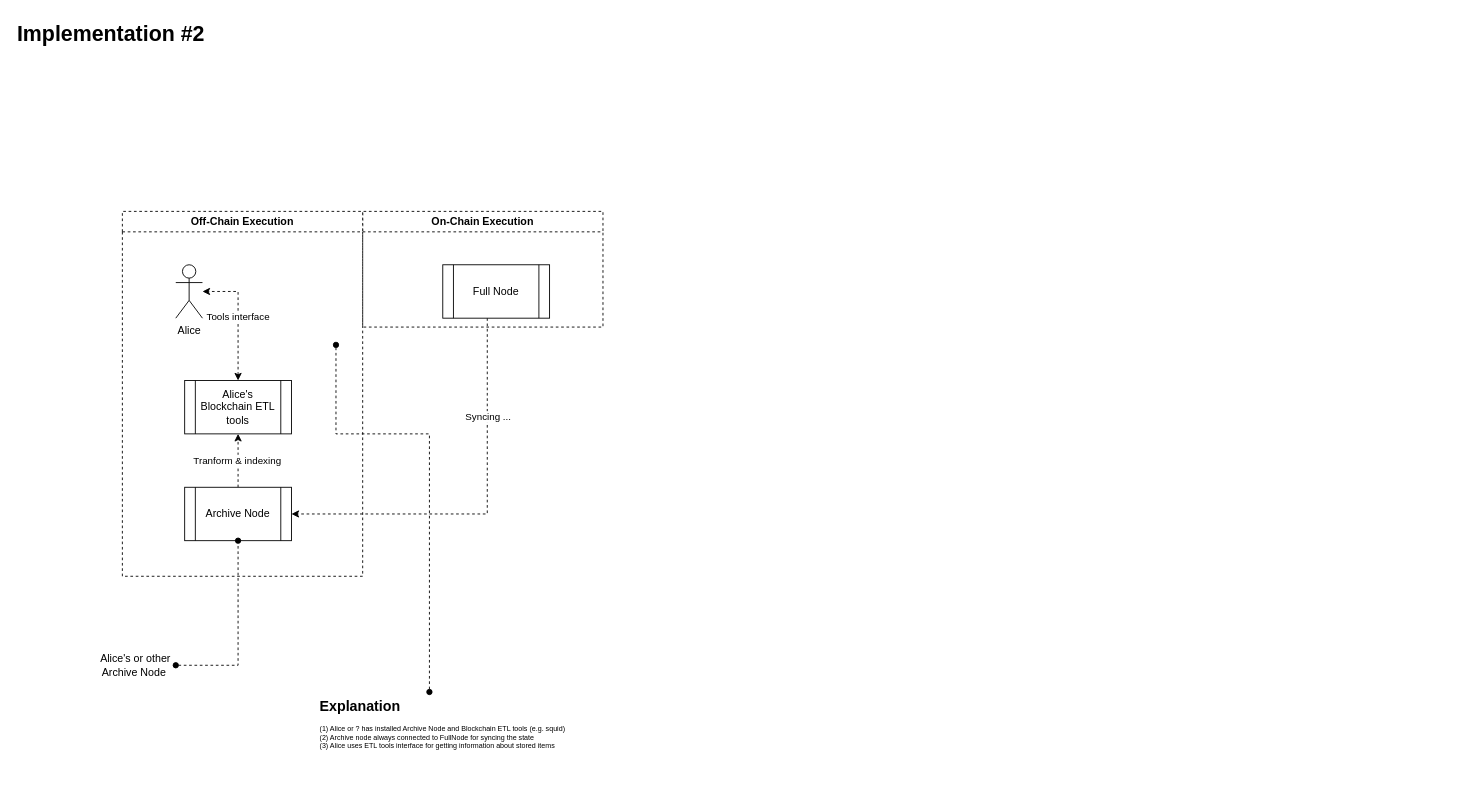
The draw.io diagram page "I2" (2 of 3) of docs/ADR/0011_implmentations_visualization.drawio in QuantumFusion-network/spec, before the edit. Source tidied: cells renumbered, new cells numbered last; positions are measured from the earlier drawing's top-left corner, leaving out a move shared by most shapes. Both pictures are drawn from the tidied source at 89%, with x=0, y=0 at pixel (15, 15).
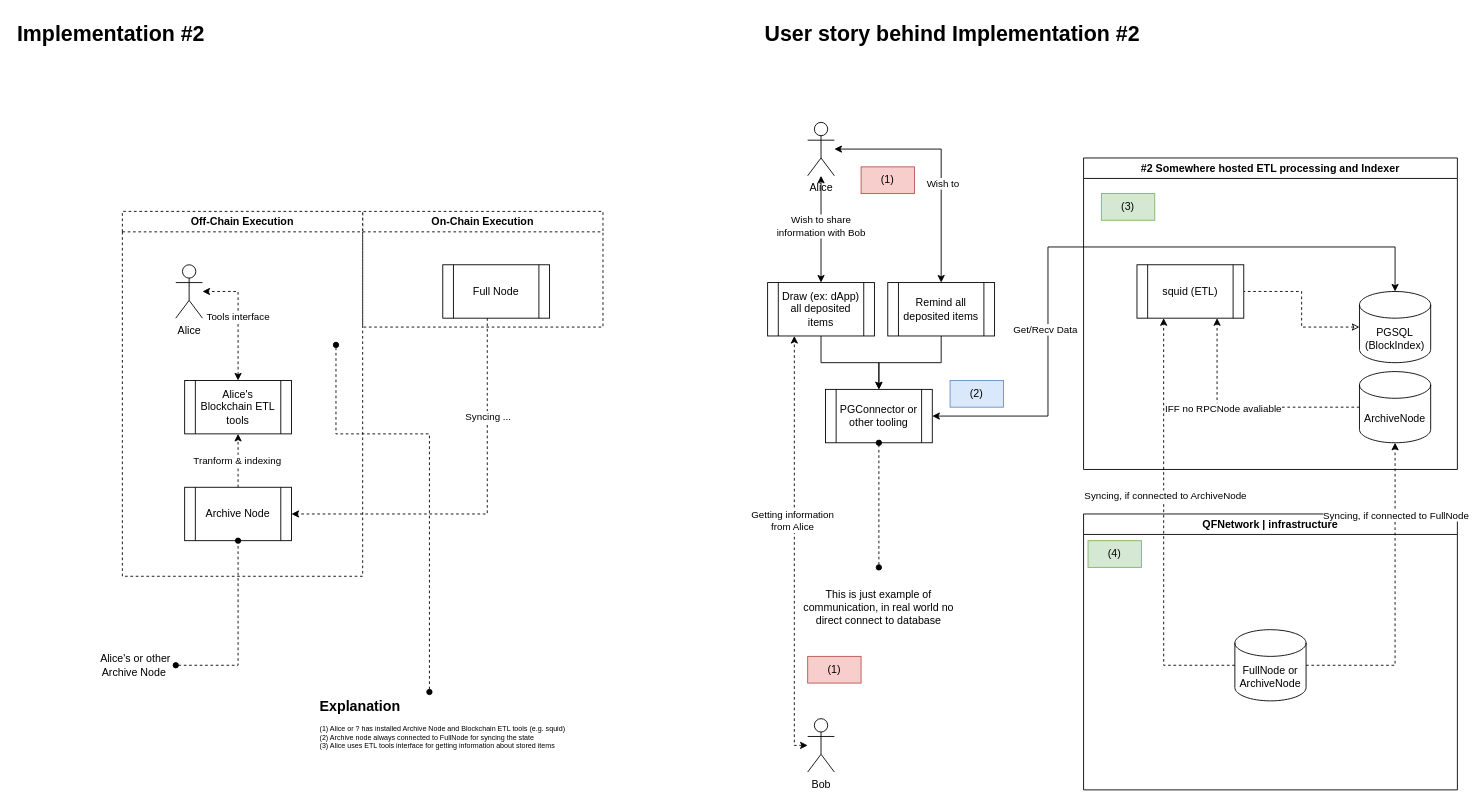
Above is the later version.

Commit message (it also covers changes not shown here):
Add user's stories

What changed in the source:
```diff
@@
+    <mxCell id="18" value="&lt;h1 style=&quot;margin-top: 0px;&quot;&gt;User story behind Implementation #2&lt;/h1&gt;" style="text;html=1;whiteSpace=wrap;overflow=hidden;rounded=0;" parent="1" vertex="1">
+      <mxGeometry x="840" width="760" height="120" as="geometry" />
+    </mxCell>
+    <mxCell id="19" style="edgeStyle=orthogonalEdgeStyle;rounded=0;jettySize=auto;html=1;startArrow=classic;startFill=1;" parent="1" edge="1" source="23" target="25">
+      <mxGeometry relative="1" as="geometry" />
+    </mxCell>
+    <mxCell id="20" value="Wish to share&lt;br&gt;information with Bob" style="edgeLabel;html=1;align=center;verticalAlign=middle;" parent="19" vertex="1">
+      <mxGeometry x="-0.07" relative="1" as="geometry">
+        <mxPoint x="-1" as="offset" />
+      </mxGeometry>
+    </mxCell>
+    <mxCell id="21" style="edgeStyle=orthogonalEdgeStyle;rounded=0;jettySize=auto;html=1;startArrow=classic;startFill=1;" parent="1" edge="1" source="23" target="35">
+      <mxGeometry relative="1" as="geometry" />
+    </mxCell>
+    <mxCell id="22" value="Wish to" style="edgeLabel;html=1;align=center;verticalAlign=middle;" parent="21" vertex="1">
+      <mxGeometry x="0.17" y="1" relative="1" as="geometry" />
+    </mxCell>
+    <mxCell id="23" value="Alice" style="shape=umlActor;verticalLabelPosition=bottom;verticalAlign=top;html=1;outlineConnect=0;" parent="1" vertex="1">
+      <mxGeometry x="890" y="120" width="30" height="60" as="geometry" />
+    </mxCell>
+    <mxCell id="24" style="edgeStyle=orthogonalEdgeStyle;rounded=0;jettySize=auto;html=1;" parent="1" edge="1" source="25" target="41">
+      <mxGeometry relative="1" as="geometry" />
+    </mxCell>
+    <mxCell id="25" value="Draw (ex: dApp) all deposited items" style="shape=process;whiteSpace=wrap;html=1;backgroundOutline=1;" parent="1" vertex="1">
+      <mxGeometry x="845" y="300" width="120" height="60" as="geometry" />
+    </mxCell>
+    <mxCell id="26" style="edgeStyle=orthogonalEdgeStyle;rounded=0;jettySize=auto;html=1;entryX=1;entryY=0.5;entryDx=0;entryDy=0;dashed=1;startArrow=classic;startFill=0;endArrow=none;" parent="1" edge="1" source="27" target="32">
+      <mxGeometry relative="1" as="geometry" />
+    </mxCell>
+    <mxCell id="27" value="PGSQL (BlockIndex)" style="shape=cylinder3;whiteSpace=wrap;html=1;boundedLbl=1;backgroundOutline=1;size=15;" parent="1" vertex="1">
+      <mxGeometry x="1510" y="310" width="80" height="80" as="geometry" />
+    </mxCell>
+    <mxCell id="28" value="#2 Somewhere hosted ETL processing and Indexer" style="swimlane;whiteSpace=wrap;html=1;" parent="1" vertex="1">
+      <mxGeometry x="1200" y="160" width="420" height="350" as="geometry" />
+    </mxCell>
+    <mxCell id="29" style="edgeStyle=orthogonalEdgeStyle;rounded=0;jettySize=auto;html=1;entryX=0.75;entryY=1;entryDx=0;entryDy=0;dashed=1;" parent="28" edge="1" source="31" target="32">
+      <mxGeometry relative="1" as="geometry" />
+    </mxCell>
+    <mxCell id="30" value="IFF no RPCNode avaliable" style="edgeLabel;html=1;align=center;verticalAlign=middle;" parent="29" vertex="1">
+      <mxGeometry x="0.18" y="1" relative="1" as="geometry">
+        <mxPoint x="-1" as="offset" />
+      </mxGeometry>
+    </mxCell>
+    <mxCell id="31" value="ArchiveNode" style="shape=cylinder3;whiteSpace=wrap;html=1;boundedLbl=1;backgroundOutline=1;size=15;" parent="28" vertex="1">
+      <mxGeometry x="310" y="240" width="80" height="80" as="geometry" />
+    </mxCell>
+    <mxCell id="32" value="squid (ETL)" style="shape=process;whiteSpace=wrap;html=1;backgroundOutline=1;" parent="28" vertex="1">
+      <mxGeometry x="60" y="120" width="120" height="60" as="geometry" />
+    </mxCell>
+    <mxCell id="33" value="(3)" style="text;html=1;align=center;verticalAlign=middle;whiteSpace=wrap;rounded=0;fillColor=#d5e8d4;strokeColor=#82b366;" parent="28" vertex="1">
+      <mxGeometry x="20" y="40" width="60" height="30" as="geometry" />
+    </mxCell>
+    <mxCell id="34" style="edgeStyle=orthogonalEdgeStyle;rounded=0;jettySize=auto;html=1;" parent="1" edge="1" source="35" target="41">
+      <mxGeometry relative="1" as="geometry" />
+    </mxCell>
+    <mxCell id="35" value="Remind all deposited items" style="shape=process;whiteSpace=wrap;html=1;backgroundOutline=1;" parent="1" vertex="1">
+      <mxGeometry x="980" y="300" width="120" height="60" as="geometry" />
+    </mxCell>
+    <mxCell id="36" value="QFNetwork | infrastructure" style="swimlane;whiteSpace=wrap;html=1;" parent="1" vertex="1">
+      <mxGeometry x="1200" y="560" width="420" height="310" as="geometry" />
+    </mxCell>
+    <mxCell id="37" value="FullNode or ArchiveNode" style="shape=cylinder3;whiteSpace=wrap;html=1;boundedLbl=1;backgroundOutline=1;size=15;" parent="36" vertex="1">
+      <mxGeometry x="170" y="130" width="80" height="80" as="geometry" />
+    </mxCell>
+    <mxCell id="38" value="(4)" style="text;html=1;align=center;verticalAlign=middle;whiteSpace=wrap;rounded=0;fillColor=#d5e8d4;strokeColor=#82b366;" parent="36" vertex="1">
+      <mxGeometry x="5" y="30" width="60" height="30" as="geometry" />
+    </mxCell>
+    <mxCell id="39" style="edgeStyle=orthogonalEdgeStyle;rounded=0;jettySize=auto;html=1;entryX=0.5;entryY=1;entryDx=0;entryDy=0;entryPerimeter=0;dashed=1;" parent="1" edge="1" source="37" target="31">
+      <mxGeometry relative="1" as="geometry">
+        <Array as="points">
+          <mxPoint x="1550" y="730" />
+        </Array>
+      </mxGeometry>
+    </mxCell>
+    <mxCell id="40" value="Syncing, if connected to FullNode" style="edgeLabel;html=1;align=center;verticalAlign=middle;" parent="39" vertex="1">
+      <mxGeometry x="0.36" y="-2" relative="1" as="geometry">
+        <mxPoint x="-2" y="-31" as="offset" />
+      </mxGeometry>
+    </mxCell>
+    <mxCell id="41" value="PGConnector or other tooling" style="shape=process;whiteSpace=wrap;html=1;backgroundOutline=1;" parent="1" vertex="1">
+      <mxGeometry x="910" y="420" width="120" height="60" as="geometry" />
+    </mxCell>
+    <mxCell id="42" style="edgeStyle=orthogonalEdgeStyle;rounded=0;jettySize=auto;html=1;entryX=0.5;entryY=0;entryDx=0;entryDy=0;entryPerimeter=0;startArrow=classic;startFill=1;" parent="1" edge="1" source="41" target="27">
+      <mxGeometry relative="1" as="geometry">
+        <Array as="points">
+          <mxPoint x="1160" y="450" />
+          <mxPoint x="1160" y="260" />
+          <mxPoint x="1550" y="260" />
+        </Array>
+      </mxGeometry>
+    </mxCell>
+    <mxCell id="43" value="Get/Recv Data" style="edgeLabel;html=1;align=center;verticalAlign=middle;" parent="42" vertex="1">
+      <mxGeometry x="-0.4" y="4" relative="1" as="geometry" />
+    </mxCell>
+    <mxCell id="44" style="edgeStyle=orthogonalEdgeStyle;rounded=0;jettySize=auto;html=1;startArrow=oval;startFill=1;endArrow=oval;endFill=1;dashed=1;" parent="1" edge="1" source="45" target="41">
+      <mxGeometry relative="1" as="geometry" />
+    </mxCell>
+    <mxCell id="45" value="This is just example of communication, in real world no direct connect to database" style="text;html=1;align=center;verticalAlign=middle;whiteSpace=wrap;rounded=0;" parent="1" vertex="1">
+      <mxGeometry x="870" y="620" width="200" height="90" as="geometry" />
+    </mxCell>
+    <mxCell id="46" value="(1)" style="text;html=1;align=center;verticalAlign=middle;whiteSpace=wrap;rounded=0;fillColor=#f8cecc;strokeColor=#b85450;" parent="1" vertex="1">
+      <mxGeometry x="950" y="170" width="60" height="30" as="geometry" />
+    </mxCell>
+    <mxCell id="47" value="(2)" style="text;html=1;align=center;verticalAlign=middle;whiteSpace=wrap;rounded=0;fillColor=#dae8fc;strokeColor=#6c8ebf;" parent="1" vertex="1">
+      <mxGeometry x="1050" y="410" width="60" height="30" as="geometry" />
+    </mxCell>
+    <mxCell id="48" style="edgeStyle=orthogonalEdgeStyle;rounded=0;jettySize=auto;html=1;entryX=0.25;entryY=1;entryDx=0;entryDy=0;dashed=1;" parent="1" edge="1" source="37" target="32">
+      <mxGeometry relative="1" as="geometry">
+        <Array as="points">
+          <mxPoint x="1290" y="730" />
+        </Array>
+      </mxGeometry>
+    </mxCell>
+    <mxCell id="49" value="Syncing, if connected to ArchiveNode" style="edgeLabel;html=1;align=center;verticalAlign=middle;" parent="48" vertex="1">
+      <mxGeometry x="0.33" y="-1" relative="1" as="geometry">
+        <mxPoint y="42" as="offset" />
+      </mxGeometry>
+    </mxCell>
+    <mxCell id="50" style="edgeStyle=orthogonalEdgeStyle;rounded=0;jettySize=auto;html=1;entryX=0.25;entryY=1;entryDx=0;entryDy=0;dashed=1;startArrow=classic;startFill=1;" parent="1" edge="1" source="52" target="25">
+      <mxGeometry relative="1" as="geometry">
+        <Array as="points">
+          <mxPoint x="875" y="820" />
+        </Array>
+      </mxGeometry>
+    </mxCell>
+    <mxCell id="51" value="Getting information&lt;br&gt;from Alice" style="edgeLabel;html=1;align=center;verticalAlign=middle;" parent="50" vertex="1">
+      <mxGeometry x="0.13" y="3" relative="1" as="geometry" />
+    </mxCell>
+    <mxCell id="52" value="Bob" style="shape=umlActor;verticalLabelPosition=bottom;verticalAlign=top;html=1;outlineConnect=0;" parent="1" vertex="1">
+      <mxGeometry x="890" y="790" width="30" height="60" as="geometry" />
+    </mxCell>
+    <mxCell id="53" value="(1)" style="text;html=1;align=center;verticalAlign=middle;whiteSpace=wrap;rounded=0;fillColor=#f8cecc;strokeColor=#b85450;" parent="1" vertex="1">
+      <mxGeometry x="890" y="720" width="60" height="30" as="geometry" />
+    </mxCell>
```
